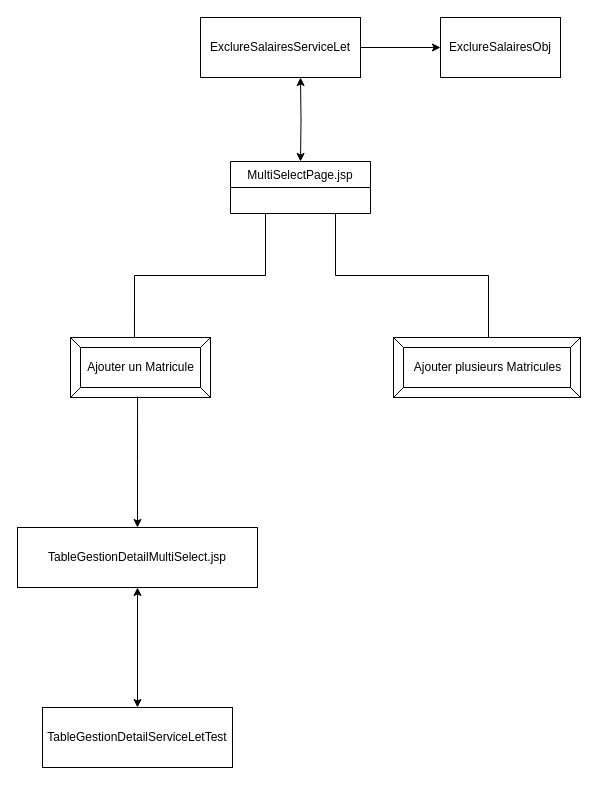
edoreld/bulletin keeps this draw.io diagram as multiselect structure.drawio. Above is the earlier version. Source tidied: cells renumbered, new cells numbered last; positions are measured from the earlier drawing's top-left corner, leaving out a move shared by most shapes. Both pictures are drawn from the tidied source at 100%, with x=0, y=0 at pixel (17, 17).
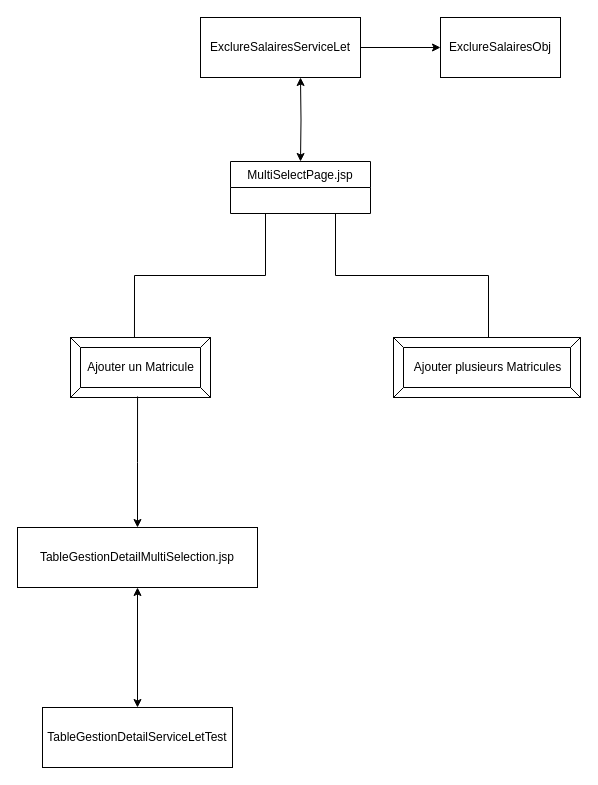
The same diagram, later.

The edit, as a diff of the source:
```diff
@@
 <mxGraphModel>
   <root>
     <mxCell id="0" />
     <mxCell id="1" parent="0" />
     <mxCell id="2" style="edgeStyle=orthogonalEdgeStyle;rounded=0;jettySize=auto;html=1;exitX=0.25;exitY=1;exitDx=0;exitDy=0;entryX=0.457;entryY=0.133;entryDx=0;entryDy=0;entryPerimeter=0;" parent="1" edge="1" source="4" target="5">
       <mxGeometry relative="1" as="geometry" />
     </mxCell>
     <mxCell id="3" style="edgeStyle=orthogonalEdgeStyle;rounded=0;jettySize=auto;html=1;exitX=0.75;exitY=1;exitDx=0;exitDy=0;entryX=0.508;entryY=0.183;entryDx=0;entryDy=0;entryPerimeter=0;" parent="1" edge="1" source="4" target="6">
       <mxGeometry relative="1" as="geometry" />
     </mxCell>
     <mxCell id="4" value="MultiSelectPage.jsp" style="swimlane;fontStyle=0;horizontal=1;startSize=26;fillColor=none;" parent="1" vertex="1">
       <mxGeometry x="213" y="144" width="140" height="52" as="geometry" />
     </mxCell>
     <mxCell id="5" value="Ajouter un Matricule" style="labelPosition=center;verticalLabelPosition=middle;align=center;html=1;shape=mxgraph.basic.button;dx=10;" parent="1" vertex="1">
       <mxGeometry x="53" y="320" width="140" height="60" as="geometry" />
     </mxCell>
     <mxCell id="6" value="Ajouter plusieurs Matricules" style="labelPosition=center;verticalLabelPosition=middle;align=center;html=1;shape=mxgraph.basic.button;dx=10;" parent="1" vertex="1">
       <mxGeometry x="376" y="320" width="187" height="60" as="geometry" />
     </mxCell>
     <mxCell id="7" style="edgeStyle=orthogonalEdgeStyle;rounded=0;jettySize=auto;html=1;exitX=0.5;exitY=0;exitDx=0;exitDy=0;entryX=0.479;entryY=0.983;entryDx=0;entryDy=0;entryPerimeter=0;endArrow=none;endFill=0;startArrow=classic;startFill=1;" parent="1" edge="1" source="9" target="5">
       <mxGeometry relative="1" as="geometry" />
     </mxCell>
     <mxCell id="8" style="edgeStyle=orthogonalEdgeStyle;rounded=0;jettySize=auto;html=1;exitX=0.5;exitY=1;exitDx=0;exitDy=0;entryX=0.5;entryY=0;entryDx=0;entryDy=0;startArrow=classic;startFill=1;endArrow=classic;endFill=1;" parent="1" edge="1" source="9" target="10">
       <mxGeometry relative="1" as="geometry" />
     </mxCell>
-    <mxCell id="9" value="TableGestionDetailMultiSelect.jsp&lt;br&gt;" style="rounded=0;whiteSpace=wrap;html=1;" parent="1" vertex="1">
+    <mxCell id="9" value="TableGestionDetailMultiSelection.jsp&lt;br&gt;" style="rounded=0;whiteSpace=wrap;html=1;" parent="1" vertex="1">
       <mxGeometry y="510" width="240" height="60" as="geometry" />
     </mxCell>
     <mxCell id="10" value="TableGestionDetailServiceLetTest" style="rounded=0;whiteSpace=wrap;html=1;" parent="1" vertex="1">
       <mxGeometry x="25" y="690" width="190" height="60" as="geometry" />
     </mxCell>
     <mxCell id="11" style="edgeStyle=orthogonalEdgeStyle;rounded=0;jettySize=auto;html=1;exitX=0.5;exitY=1;exitDx=0;exitDy=0;startArrow=classic;startFill=1;endArrow=classic;endFill=1;" parent="1" edge="1" target="4">
       <mxGeometry relative="1" as="geometry">
         <mxPoint x="283" y="60" as="sourcePoint" />
       </mxGeometry>
     </mxCell>
     <mxCell id="12" style="edgeStyle=orthogonalEdgeStyle;rounded=0;jettySize=auto;html=1;exitX=1;exitY=0.5;exitDx=0;exitDy=0;entryX=0;entryY=0.5;entryDx=0;entryDy=0;startArrow=none;startFill=0;endArrow=classic;endFill=1;" parent="1" edge="1" source="13" target="14">
       <mxGeometry relative="1" as="geometry" />
     </mxCell>
     <mxCell id="13" value="ExclureSalairesServiceLet" style="rounded=0;whiteSpace=wrap;html=1;" parent="1" vertex="1">
       <mxGeometry x="183" width="160" height="60" as="geometry" />
     </mxCell>
     <mxCell id="14" value="ExclureSalairesObj" style="rounded=0;whiteSpace=wrap;html=1;" parent="1" vertex="1">
       <mxGeometry x="423" width="120" height="60" as="geometry" />
     </mxCell>
   </root>
 </mxGraphModel>
```
